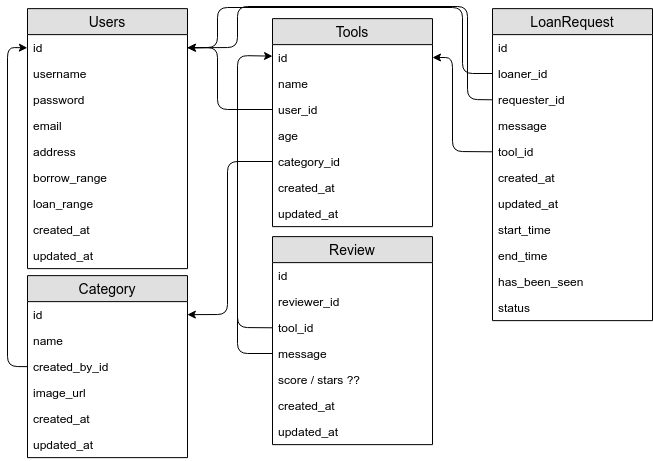
Before: db_diagram.png, a diagram exported from draw.io (use-my-tools-build-week/backend). Source tidied: cells renumbered, new cells last; positions are measured from the earlier drawing's top-left corner, leaving out a move shared by most shapes.
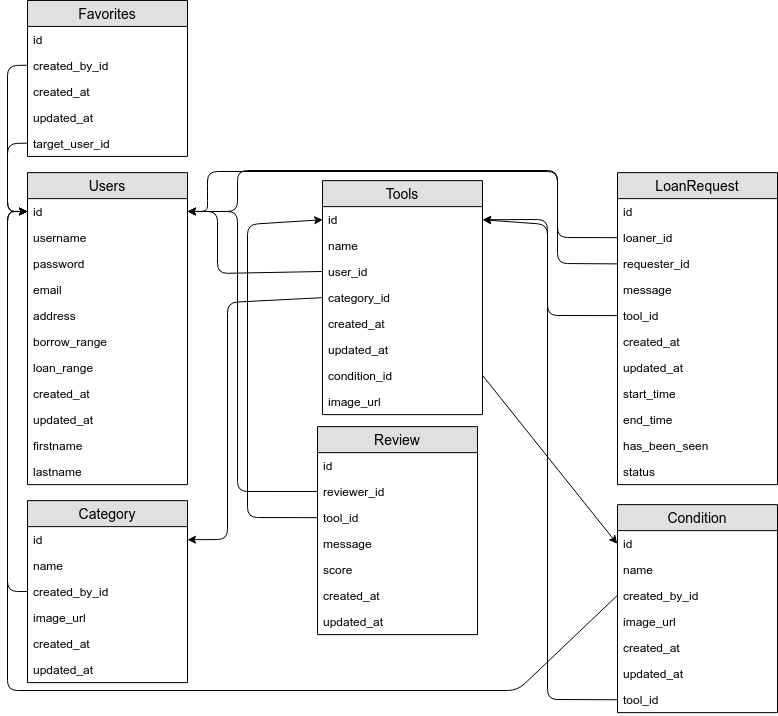
After the change.

Change to the diagram source:
```diff
@@ -3,7 +3,7 @@
     <mxCell id="0" />
     <mxCell id="1" parent="0" />
     <mxCell id="2" value="&#10;Users&#10;" style="swimlane;fontStyle=0;horizontal=1;startSize=26;fillColor=#e0e0e0;swimlaneFillColor=#ffffff;align=center;fontSize=14;" parent="1" vertex="1">
-      <mxGeometry x="20" y="2.1" width="160" height="260" as="geometry" />
+      <mxGeometry x="20" y="2.1" width="160" height="312" as="geometry" />
     </mxCell>
     <mxCell id="3" value="id" style="text;strokeColor=none;fillColor=none;spacingLeft=4;spacingRight=4;overflow=hidden;points=[[0,0.5],[1,0.5]];portConstraint=eastwest;fontSize=12;" parent="2" vertex="1">
       <mxGeometry y="26" width="160" height="26" as="geometry" />
@@ -32,8 +32,14 @@
     <mxCell id="11" value="updated_at&#10;" style="text;strokeColor=none;fillColor=none;spacingLeft=4;spacingRight=4;overflow=hidden;fontSize=12;" parent="2" vertex="1">
       <mxGeometry y="234" width="160" height="26" as="geometry" />
     </mxCell>
+    <mxCell id="55" value="firstname&#10;" style="text;strokeColor=none;fillColor=none;spacingLeft=4;spacingRight=4;overflow=hidden;fontSize=12;" parent="2" vertex="1">
+      <mxGeometry y="260" width="160" height="26" as="geometry" />
+    </mxCell>
+    <mxCell id="56" value="lastname&#10;" style="text;strokeColor=none;fillColor=none;spacingLeft=4;spacingRight=4;overflow=hidden;fontSize=12;" parent="2" vertex="1">
+      <mxGeometry y="286" width="160" height="26" as="geometry" />
+    </mxCell>
     <mxCell id="12" value="Tools" style="swimlane;fontStyle=0;horizontal=1;startSize=26;fillColor=#e0e0e0;swimlaneFillColor=#ffffff;align=center;fontSize=14;" parent="1" vertex="1">
-      <mxGeometry x="265" y="12.1" width="160" height="208" as="geometry" />
+      <mxGeometry x="315" y="10.1" width="160" height="234" as="geometry" />
     </mxCell>
     <mxCell id="13" value="id" style="text;strokeColor=none;fillColor=none;spacingLeft=4;spacingRight=4;overflow=hidden;points=[[0,0.5],[1,0.5]];portConstraint=eastwest;fontSize=12;" parent="12" vertex="1">
       <mxGeometry y="26" width="160" height="26" as="geometry" />
@@ -44,20 +50,23 @@
     <mxCell id="15" value="user_id" style="text;strokeColor=none;fillColor=none;spacingLeft=4;spacingRight=4;overflow=hidden;points=[[0,0.5],[1,0.5]];portConstraint=eastwest;fontSize=12;" parent="12" vertex="1">
       <mxGeometry y="78" width="160" height="26" as="geometry" />
     </mxCell>
-    <mxCell id="16" value="age" style="text;strokeColor=none;fillColor=none;spacingLeft=4;spacingRight=4;overflow=hidden;fontSize=12;" parent="12" vertex="1">
-      <mxGeometry y="104" width="160" height="26" as="geometry" />
-    </mxCell>
     <mxCell id="17" value="category_id&#10;" style="text;strokeColor=none;fillColor=none;spacingLeft=4;spacingRight=4;overflow=hidden;points=[[0,0.5],[1,0.5]];portConstraint=eastwest;fontSize=12;" parent="12" vertex="1">
-      <mxGeometry y="130" width="160" height="26" as="geometry" />
+      <mxGeometry y="104" width="160" height="26" as="geometry" />
     </mxCell>
     <mxCell id="18" value="created_at&#10;" style="text;strokeColor=none;fillColor=none;spacingLeft=4;spacingRight=4;overflow=hidden;fontSize=12;" parent="12" vertex="1">
-      <mxGeometry y="156" width="160" height="26" as="geometry" />
+      <mxGeometry y="130" width="160" height="26" as="geometry" />
     </mxCell>
     <mxCell id="19" value="updated_at&#10;" style="text;strokeColor=none;fillColor=none;spacingLeft=4;spacingRight=4;overflow=hidden;fontSize=12;" parent="12" vertex="1">
-      <mxGeometry y="182" width="160" height="26" as="geometry" />
+      <mxGeometry y="156" width="160" height="26" as="geometry" />
     </mxCell>
+    <mxCell id="57" value="condition_id" style="text;strokeColor=none;fillColor=none;spacingLeft=4;spacingRight=4;overflow=hidden;points=[[0,0.5],[1,0.5]];portConstraint=eastwest;fontSize=12;" parent="12" vertex="1">
+      <mxGeometry y="182" width="160" height="26" as="geometry" />
+    </mxCell>
+    <mxCell id="58" value="image_url" style="text;strokeColor=none;fillColor=none;spacingLeft=4;spacingRight=4;overflow=hidden;fontSize=12;" parent="12" vertex="1">
+      <mxGeometry y="208" width="160" height="26" as="geometry" />
+    </mxCell>
     <mxCell id="20" value="LoanRequest" style="swimlane;fontStyle=0;horizontal=1;startSize=26;fillColor=#e0e0e0;swimlaneFillColor=#ffffff;align=center;fontSize=14;" parent="1" vertex="1">
-      <mxGeometry x="485" y="2.1" width="160" height="312" as="geometry" />
+      <mxGeometry x="610" y="2.1" width="160" height="312" as="geometry" />
     </mxCell>
     <mxCell id="21" value="id" style="text;strokeColor=none;fillColor=none;spacingLeft=4;spacingRight=4;overflow=hidden;fontSize=12;" parent="20" vertex="1">
       <mxGeometry y="26" width="160" height="26" as="geometry" />
@@ -93,7 +102,7 @@
       <mxGeometry y="286" width="160" height="26" as="geometry" />
     </mxCell>
     <mxCell id="32" value="Review" style="swimlane;fontStyle=0;horizontal=1;startSize=26;fillColor=#e0e0e0;swimlaneFillColor=#ffffff;align=center;fontSize=14;" parent="1" vertex="1">
-      <mxGeometry x="265" y="230.1" width="160" height="208" as="geometry" />
+      <mxGeometry x="310" y="256.1" width="160" height="208" as="geometry" />
     </mxCell>
     <mxCell id="33" value="id" style="text;strokeColor=none;fillColor=none;spacingLeft=4;spacingRight=4;overflow=hidden;fontSize=12;" parent="32" vertex="1">
       <mxGeometry y="26" width="160" height="26" as="geometry" />
@@ -107,7 +116,7 @@
     <mxCell id="36" value="message" style="text;strokeColor=none;fillColor=none;spacingLeft=4;spacingRight=4;overflow=hidden;points=[[0,0.5],[1,0.5]];portConstraint=eastwest;fontSize=12;" parent="32" vertex="1">
       <mxGeometry y="104" width="160" height="26" as="geometry" />
     </mxCell>
-    <mxCell id="37" value="score / stars ??" style="text;strokeColor=none;fillColor=none;spacingLeft=4;spacingRight=4;overflow=hidden;fontSize=12;" parent="32" vertex="1">
+    <mxCell id="37" value="score" style="text;strokeColor=none;fillColor=none;spacingLeft=4;spacingRight=4;overflow=hidden;fontSize=12;" parent="32" vertex="1">
       <mxGeometry y="130" width="160" height="26" as="geometry" />
     </mxCell>
     <mxCell id="38" value="created_at" style="text;strokeColor=none;fillColor=none;spacingLeft=4;spacingRight=4;overflow=hidden;fontSize=12;" parent="32" vertex="1">
@@ -119,8 +128,8 @@
     <mxCell id="40" style="endArrow=classic;html=1;exitX=0;exitY=0.5;exitDx=0;exitDy=0;entryX=1;entryY=0.5;entryDx=0;entryDy=0;" parent="1" edge="1" source="25" target="13">
       <mxGeometry relative="1" as="geometry">
         <Array as="points">
-          <mxPoint x="445" y="145" />
-          <mxPoint x="445" y="51" />
+          <mxPoint x="540" y="145" />
+          <mxPoint x="540" y="54" />
         </Array>
       </mxGeometry>
     </mxCell>
@@ -135,41 +144,34 @@
     <mxCell id="42" style="endArrow=classic;html=1;exitX=0;exitY=0.5;exitDx=0;exitDy=0;entryX=1;entryY=0.5;entryDx=0;entryDy=0;" parent="1" edge="1" source="22" target="3">
       <mxGeometry relative="1" as="geometry">
         <Array as="points">
-          <mxPoint x="455" y="67" />
-          <mxPoint x="455" y="1" />
-          <mxPoint x="210" y="1" />
-          <mxPoint x="210" y="41" />
+          <mxPoint x="550" y="67" />
+          <mxPoint x="550" y="1" />
+          <mxPoint x="200" y="1" />
+          <mxPoint x="200" y="20" />
+          <mxPoint x="200" y="41" />
         </Array>
       </mxGeometry>
     </mxCell>
     <mxCell id="43" style="endArrow=none;html=1;exitX=0;exitY=0.5;exitDx=0;exitDy=0;entryX=1;entryY=0.5;entryDx=0;entryDy=0;" parent="1" edge="1" source="23" target="3">
       <mxGeometry relative="1" as="geometry">
         <Array as="points">
-          <mxPoint x="460" y="93" />
-          <mxPoint x="460" />
+          <mxPoint x="550" y="93" />
+          <mxPoint x="550" />
           <mxPoint x="230" />
           <mxPoint x="230" y="41" />
         </Array>
       </mxGeometry>
     </mxCell>
-    <mxCell id="44" style="endArrow=classic;html=1;exitX=0;exitY=0.5;exitDx=0;exitDy=0;" parent="1" edge="1" source="35" target="13">
+    <mxCell id="44" style="endArrow=classic;html=1;exitX=0;exitY=0.5;exitDx=0;exitDy=0;entryX=1;entryY=0.5;entryDx=0;entryDy=0;" parent="1" edge="1" source="34" target="3">
       <mxGeometry relative="1" as="geometry">
         <Array as="points">
           <mxPoint x="230" y="321" />
-          <mxPoint x="230" y="49" />
+          <mxPoint x="230" y="41" />
         </Array>
       </mxGeometry>
     </mxCell>
-    <mxCell id="45" style="endArrow=none;html=1;exitX=0;exitY=0.5;exitDx=0;exitDy=0;" parent="1" edge="1" source="36">
-      <mxGeometry relative="1" as="geometry">
-        <mxPoint x="230" y="130" as="targetPoint" />
-        <Array as="points">
-          <mxPoint x="230" y="347" />
-        </Array>
-      </mxGeometry>
-    </mxCell>
     <mxCell id="46" value="Category" style="swimlane;fontStyle=0;horizontal=1;startSize=26;fillColor=#e0e0e0;swimlaneFillColor=#ffffff;align=center;fontSize=14;" parent="1" vertex="1">
-      <mxGeometry x="20" y="269.1" width="160" height="182" as="geometry" />
+      <mxGeometry x="20" y="330.1" width="160" height="182" as="geometry" />
     </mxCell>
     <mxCell id="47" value="id" style="text;strokeColor=none;fillColor=none;spacingLeft=4;spacingRight=4;overflow=hidden;points=[[0,0.5],[1,0.5]];portConstraint=eastwest;fontSize=12;" parent="46" vertex="1">
       <mxGeometry y="26" width="160" height="26" as="geometry" />
@@ -192,18 +194,104 @@
     <mxCell id="53" style="endArrow=classic;html=1;exitX=0;exitY=0.5;exitDx=0;exitDy=0;entryX=1;entryY=0.5;entryDx=0;entryDy=0;" parent="1" edge="1" source="17" target="47">
       <mxGeometry relative="1" as="geometry">
         <Array as="points">
-          <mxPoint x="220" y="155" />
-          <mxPoint x="220" y="308" />
+          <mxPoint x="220" y="132" />
+          <mxPoint x="220" y="369" />
         </Array>
       </mxGeometry>
     </mxCell>
     <mxCell id="54" style="endArrow=classic;html=1;exitX=0;exitY=0.5;exitDx=0;exitDy=0;entryX=0;entryY=0.5;entryDx=0;entryDy=0;" parent="1" edge="1" source="49" target="3">
       <mxGeometry relative="1" as="geometry">
         <Array as="points">
-          <mxPoint y="360" />
+          <mxPoint y="421" />
           <mxPoint y="41" />
         </Array>
       </mxGeometry>
     </mxCell>
+    <mxCell id="59" style="endArrow=classic;html=1;entryX=0;entryY=0.5;entryDx=0;entryDy=0;exitX=0;exitY=0.5;exitDx=0;exitDy=0;" parent="1" edge="1" source="35" target="13">
+      <mxGeometry relative="1" as="geometry">
+        <Array as="points">
+          <mxPoint x="240" y="347" />
+          <mxPoint x="240" y="54" />
+        </Array>
+      </mxGeometry>
+    </mxCell>
+    <mxCell id="60" value="Condition" style="swimlane;fontStyle=0;horizontal=1;startSize=26;fillColor=#e0e0e0;swimlaneFillColor=#ffffff;align=center;fontSize=14;" parent="1" vertex="1">
+      <mxGeometry x="610" y="334.1" width="160" height="208" as="geometry" />
+    </mxCell>
+    <mxCell id="61" value="id" style="text;strokeColor=none;fillColor=none;spacingLeft=4;spacingRight=4;overflow=hidden;points=[[0,0.5],[1,0.5]];portConstraint=eastwest;fontSize=12;" parent="60" vertex="1">
+      <mxGeometry y="26" width="160" height="26" as="geometry" />
+    </mxCell>
+    <mxCell id="62" value="name" style="text;strokeColor=none;fillColor=none;spacingLeft=4;spacingRight=4;overflow=hidden;fontSize=12;" parent="60" vertex="1">
+      <mxGeometry y="52" width="160" height="26" as="geometry" />
+    </mxCell>
+    <mxCell id="63" value="created_by_id" style="text;strokeColor=none;fillColor=none;spacingLeft=4;spacingRight=4;overflow=hidden;points=[[0,0.5],[1,0.5]];portConstraint=eastwest;fontSize=12;" parent="60" vertex="1">
+      <mxGeometry y="78" width="160" height="26" as="geometry" />
+    </mxCell>
+    <mxCell id="64" value="image_url" style="text;strokeColor=none;fillColor=none;spacingLeft=4;spacingRight=4;overflow=hidden;fontSize=12;" parent="60" vertex="1">
+      <mxGeometry y="104" width="160" height="26" as="geometry" />
+    </mxCell>
+    <mxCell id="65" value="created_at" style="text;strokeColor=none;fillColor=none;spacingLeft=4;spacingRight=4;overflow=hidden;fontSize=12;" parent="60" vertex="1">
+      <mxGeometry y="130" width="160" height="26" as="geometry" />
+    </mxCell>
+    <mxCell id="66" value="updated_at" style="text;strokeColor=none;fillColor=none;spacingLeft=4;spacingRight=4;overflow=hidden;fontSize=12;" parent="60" vertex="1">
+      <mxGeometry y="156" width="160" height="26" as="geometry" />
+    </mxCell>
+    <mxCell id="67" value="tool_id" style="text;strokeColor=none;fillColor=none;spacingLeft=4;spacingRight=4;overflow=hidden;points=[[0,0.5],[1,0.5]];portConstraint=eastwest;fontSize=12;" parent="60" vertex="1">
+      <mxGeometry y="182" width="160" height="26" as="geometry" />
+    </mxCell>
+    <mxCell id="68" style="endArrow=classic;html=1;entryX=1;entryY=0.5;entryDx=0;entryDy=0;exitX=0;exitY=0.5;exitDx=0;exitDy=0;" parent="1" edge="1" source="67" target="13">
+      <mxGeometry relative="1" as="geometry">
+        <Array as="points">
+          <mxPoint x="540" y="529" />
+          <mxPoint x="540" y="49" />
+        </Array>
+      </mxGeometry>
+    </mxCell>
+    <mxCell id="69" style="endArrow=classic;html=1;entryX=0;entryY=0.5;entryDx=0;entryDy=0;exitX=0;exitY=0.5;exitDx=0;exitDy=0;" parent="1" edge="1" source="63" target="3">
+      <mxGeometry relative="1" as="geometry">
+        <Array as="points">
+          <mxPoint x="510" y="520" />
+          <mxPoint y="520" />
+          <mxPoint y="41" />
+        </Array>
+      </mxGeometry>
+    </mxCell>
+    <mxCell id="70" style="endArrow=classic;html=1;entryX=0;entryY=0.5;entryDx=0;entryDy=0;exitX=1;exitY=0.5;exitDx=0;exitDy=0;" parent="1" edge="1" source="57" target="61">
+      <mxGeometry relative="1" as="geometry" />
+    </mxCell>
+    <mxCell id="71" value="Favorites" style="swimlane;fontStyle=0;horizontal=1;startSize=26;fillColor=#e0e0e0;swimlaneFillColor=#ffffff;align=center;fontSize=14;" parent="1" vertex="1">
+      <mxGeometry x="20" y="-170" width="160" height="156" as="geometry" />
+    </mxCell>
+    <mxCell id="72" value="id" style="text;strokeColor=none;fillColor=none;spacingLeft=4;spacingRight=4;overflow=hidden;fontSize=12;" parent="71" vertex="1">
+      <mxGeometry y="26" width="160" height="26" as="geometry" />
+    </mxCell>
+    <mxCell id="73" value="created_by_id" style="text;strokeColor=none;fillColor=none;spacingLeft=4;spacingRight=4;overflow=hidden;points=[[0,0.5],[1,0.5]];portConstraint=eastwest;fontSize=12;" parent="71" vertex="1">
+      <mxGeometry y="52" width="160" height="26" as="geometry" />
+    </mxCell>
+    <mxCell id="74" value="created_at" style="text;strokeColor=none;fillColor=none;spacingLeft=4;spacingRight=4;overflow=hidden;fontSize=12;" parent="71" vertex="1">
+      <mxGeometry y="78" width="160" height="26" as="geometry" />
+    </mxCell>
+    <mxCell id="75" value="updated_at" style="text;strokeColor=none;fillColor=none;spacingLeft=4;spacingRight=4;overflow=hidden;fontSize=12;" parent="71" vertex="1">
+      <mxGeometry y="104" width="160" height="26" as="geometry" />
+    </mxCell>
+    <mxCell id="76" value="target_user_id" style="text;strokeColor=none;fillColor=none;spacingLeft=4;spacingRight=4;overflow=hidden;points=[[0,0.5],[1,0.5]];portConstraint=eastwest;fontSize=12;" parent="71" vertex="1">
+      <mxGeometry y="130" width="160" height="26" as="geometry" />
+    </mxCell>
+    <mxCell id="77" style="endArrow=classic;html=1;entryX=0;entryY=0.5;entryDx=0;entryDy=0;exitX=0;exitY=0.5;exitDx=0;exitDy=0;" parent="1" edge="1" source="73" target="3">
+      <mxGeometry relative="1" as="geometry">
+        <Array as="points">
+          <mxPoint y="-105" />
+          <mxPoint y="41" />
+        </Array>
+      </mxGeometry>
+    </mxCell>
+    <mxCell id="78" style="endArrow=classic;html=1;entryX=0;entryY=0.5;entryDx=0;entryDy=0;exitX=0;exitY=0.5;exitDx=0;exitDy=0;" parent="1" edge="1" source="76" target="3">
+      <mxGeometry relative="1" as="geometry">
+        <Array as="points">
+          <mxPoint y="-27" />
+          <mxPoint y="41" />
+        </Array>
+      </mxGeometry>
+    </mxCell>
   </root>
 </mxGraphModel>
```
